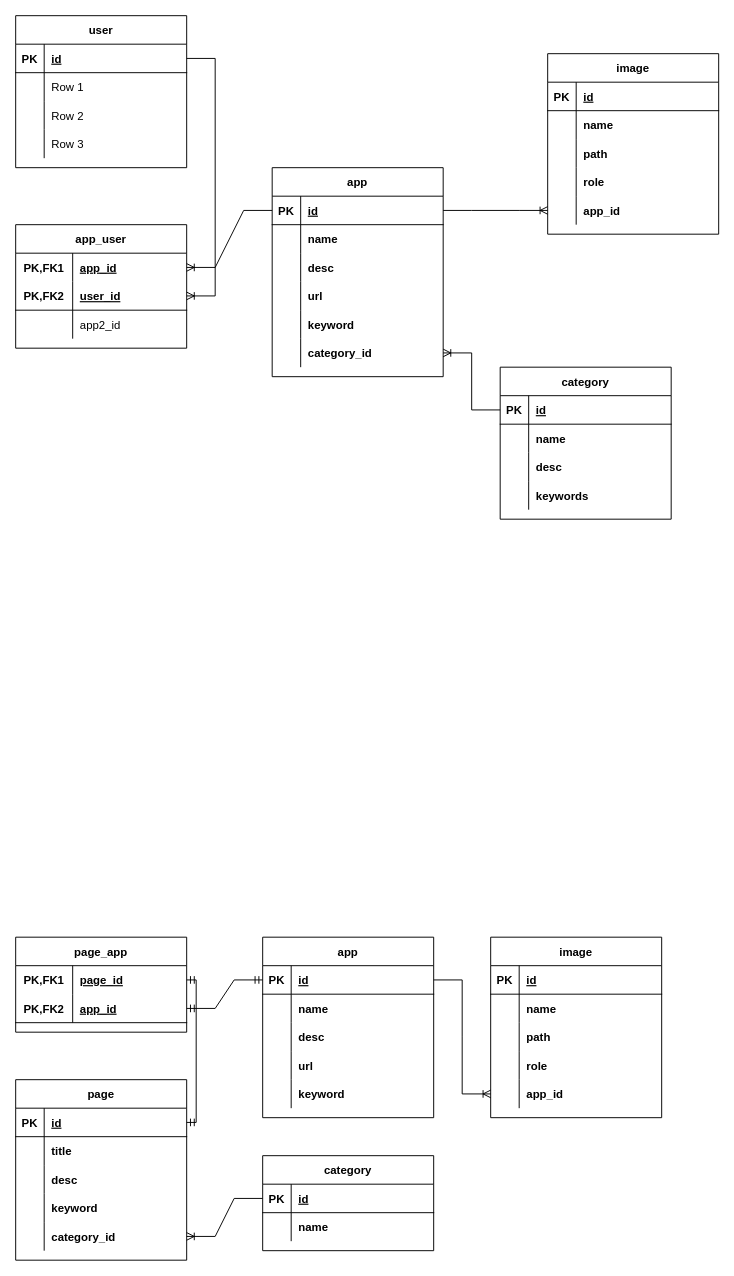
Earlier version of the draw.io diagram testweb2.drawio (andrew-atef/andrew-atef). Source tidied: cells renumbered, new cells numbered last; positions are measured from the earlier drawing's top-left corner, leaving out a move shared by most shapes. Both pictures are drawn from the tidied source at 95%, with x=0, y=0 at pixel (15, 15).
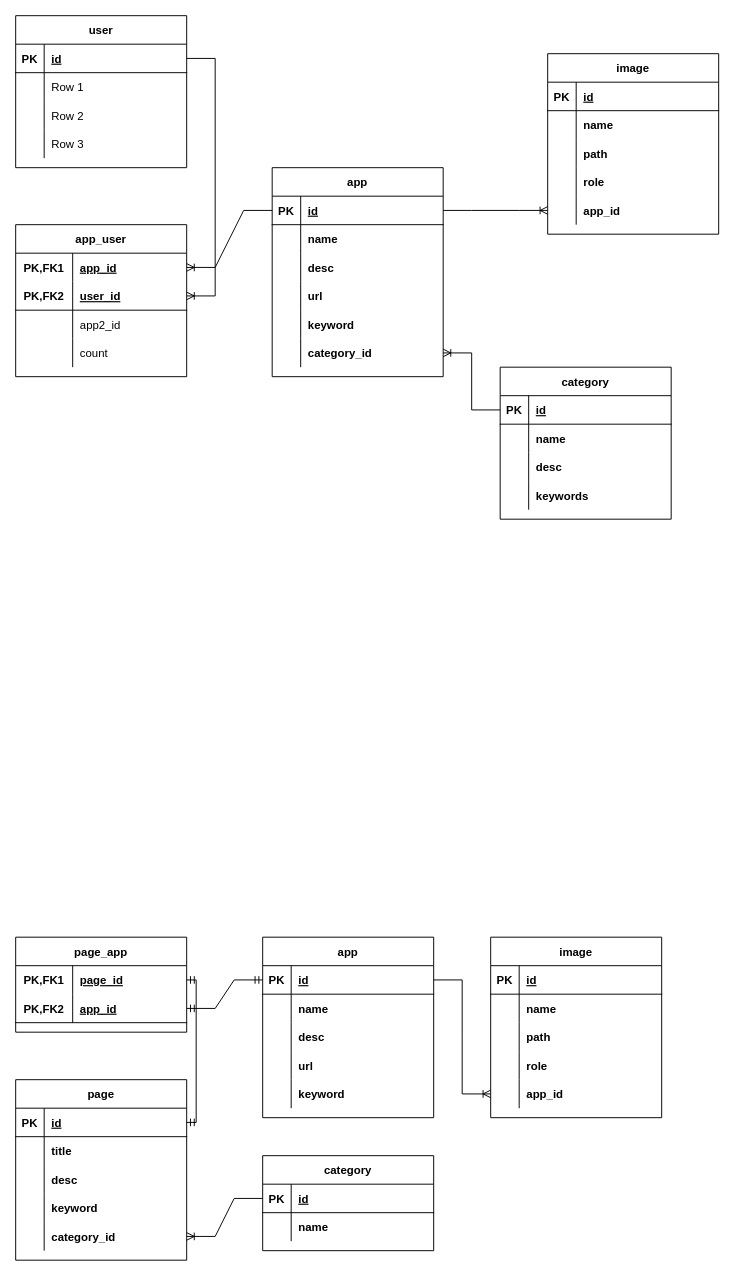
Above is the later version.

What changed in the source:
```diff
@@
     <mxCell id="117" value="app_user" style="shape=table;startSize=30;childLayout=tableLayout;rowLines=0;fontStyle=1;align=center;" parent="1" vertex="1">
-      <mxGeometry y="220" width="180" height="130" as="geometry" />
+      <mxGeometry y="220" width="180" height="160" as="geometry" />
     </mxCell>
@@
+    <mxCell id="143" style="shape=tableRow;horizontal=0;startSize=0;swimlaneHead=0;swimlaneBody=0;fillColor=none;top=0;left=0;right=0;bottom=0;" parent="117" vertex="1">
+      <mxGeometry y="120" width="180" height="30" as="geometry" />
+    </mxCell>
+    <mxCell id="144" style="shape=partialRectangle;fillColor=none;top=0;left=0;bottom=0;right=0;overflow=hidden;" parent="143" vertex="1">
+      <mxGeometry width="60" height="30" as="geometry" />
+    </mxCell>
+    <mxCell id="145" value="count" style="shape=partialRectangle;fillColor=none;top=0;left=0;bottom=0;right=0;align=left;spacingLeft=6;overflow=hidden;" parent="143" vertex="1">
+      <mxGeometry x="60" width="120" height="30" as="geometry" />
+    </mxCell>
```
